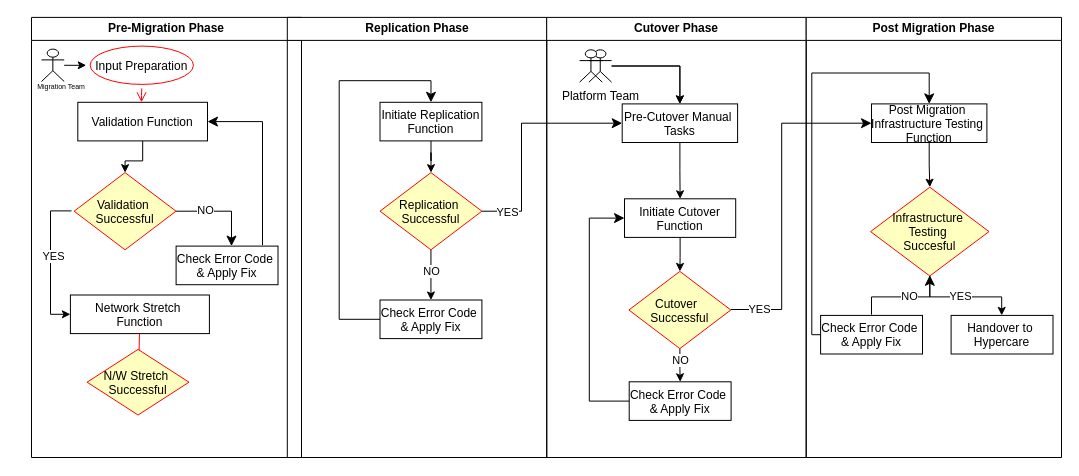
This is page "Page-3" (3 of 3) of Untitled Diagram.drawio from ShoMat9/DrawIO, a draw.io file, before an edit. Source tidied: cells renumbered, new cells numbered last; positions are measured from the earlier drawing's top-left corner, leaving out a move shared by most shapes. Both pictures are drawn from the tidied source at 100%, with x=0, y=0 at pixel (31, 17).
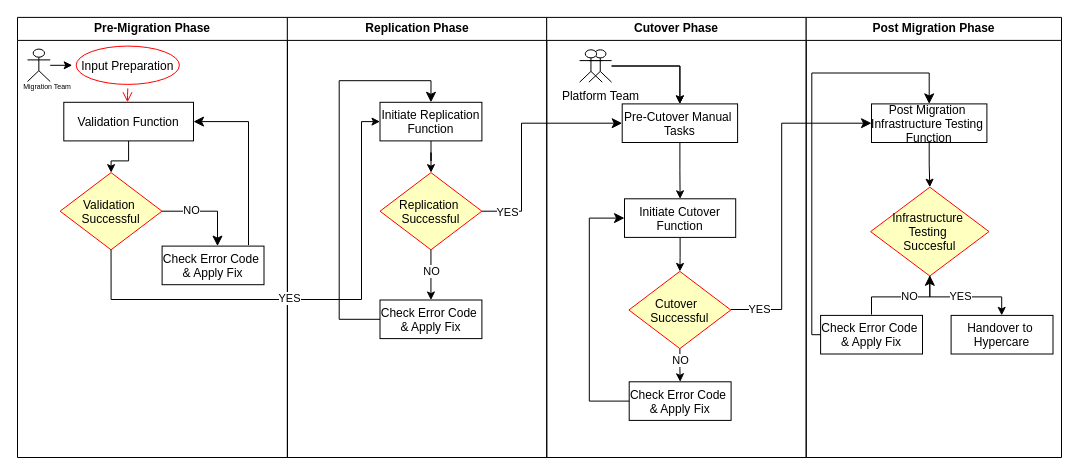
The same diagram, later.

Unchanged cells that the change refers to:
```xml
<mxCell id="11" value="Validation &#10;Successful" style="rhombus;fillColor=#ffffc0;strokeColor=#ff0000;" parent="2" vertex="1">
  <mxGeometry x="42.6" y="155.2" width="101.9" height="77.2" as="geometry" />
</mxCell>
<mxCell id="22" value="Initiate Replication&#10;Function" parent="20" vertex="1">
  <mxGeometry x="92.7" y="84.9" width="101.9" height="38.6" as="geometry" />
</mxCell>
```

What changed in the source:
```diff
@@
     <mxCell id="2" value="Pre-Migration Phase" style="swimlane;whiteSpace=wrap;fillColor=#FFFFFF;" parent="1" vertex="1">
-      <mxGeometry y="-0.1" width="270" height="440.1" as="geometry" />
+      <mxGeometry x="-14" y="-0.1" width="270" height="440.1" as="geometry" />
     </mxCell>
@@
-    <mxCell id="7" value="Network Stretch &#10;Function" parent="2" vertex="1">
-      <mxGeometry x="38.9" y="277.6" width="139" height="38.6" as="geometry" />
-    </mxCell>
-    <mxCell id="8" style="endArrow=open;strokeColor=#FF0000;endFill=1;rounded=0;" parent="2" edge="1" source="7">
-      <mxGeometry relative="1" as="geometry">
-        <mxPoint x="106.6" y="379.8" as="targetPoint" />
-      </mxGeometry>
-    </mxCell>
-    <mxCell id="9" style="edgeStyle=orthogonalEdgeStyle;rounded=0;jettySize=auto;html=1;entryX=0;entryY=0.5;entryDx=0;entryDy=0;" parent="2" edge="1" target="7">
-      <mxGeometry relative="1" as="geometry">
-        <mxPoint x="40" y="193.5" as="sourcePoint" />
-        <Array as="points">
-          <mxPoint x="19" y="193.7" />
-          <mxPoint x="19" y="296.6" />
-        </Array>
-      </mxGeometry>
-    </mxCell>
-    <mxCell id="10" value="YES" style="edgeLabel;html=1;align=center;verticalAlign=middle;" parent="9" vertex="1">
-      <mxGeometry x="-0.08" y="2" relative="1" as="geometry" />
-    </mxCell>
@@
-    <mxCell id="12" value="N/W Stretch &#10;Successful" style="rhombus;fillColor=#ffffc0;strokeColor=#ff0000;" parent="2" vertex="1">
-      <mxGeometry x="55.6" y="332" width="101.9" height="65.6" as="geometry" />
-    </mxCell>
@@
+    <mxCell id="9" style="edgeStyle=orthogonalEdgeStyle;rounded=0;jettySize=auto;html=1;entryX=0;entryY=0.5;entryDx=0;entryDy=0;exitX=0.5;exitY=1;exitDx=0;exitDy=0;" parent="1" edge="1" source="11" target="22">
+      <mxGeometry relative="1" as="geometry">
+        <Array as="points">
+          <mxPoint x="80" y="282" />
+          <mxPoint x="330" y="282" />
+          <mxPoint x="330" y="104" />
+        </Array>
+      </mxGeometry>
+    </mxCell>
+    <mxCell id="10" value="YES" style="edgeLabel;html=1;align=center;verticalAlign=middle;" parent="9" vertex="1">
+      <mxGeometry x="-0.08" y="2" relative="1" as="geometry" />
+    </mxCell>
```
